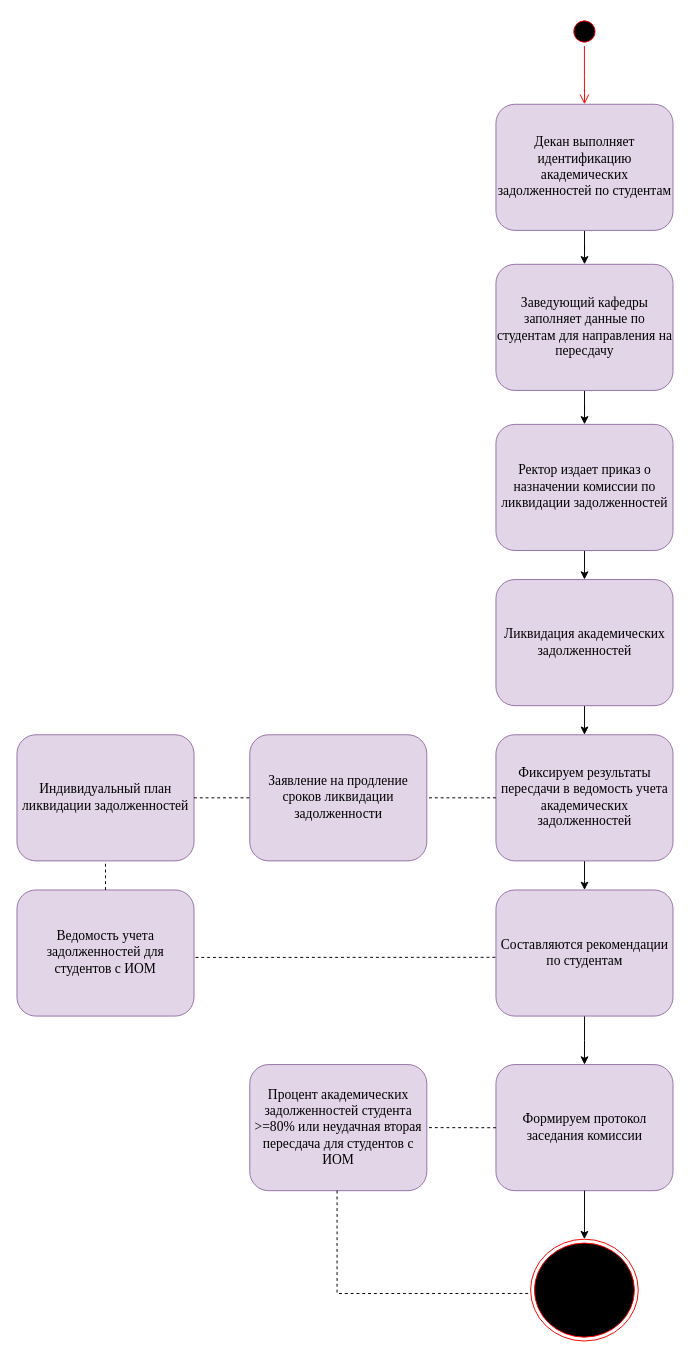
The draw.io diagram VKR/Диаграмма состояний (UML).drawio in DLordxxx/Practice, before the edit. Source tidied: cells renumbered, new cells numbered last; positions are measured from the earlier drawing's top-left corner, leaving out a move shared by most shapes. Both pictures are drawn from the tidied source at 97%, with x=0, y=0 at pixel (16, 16).
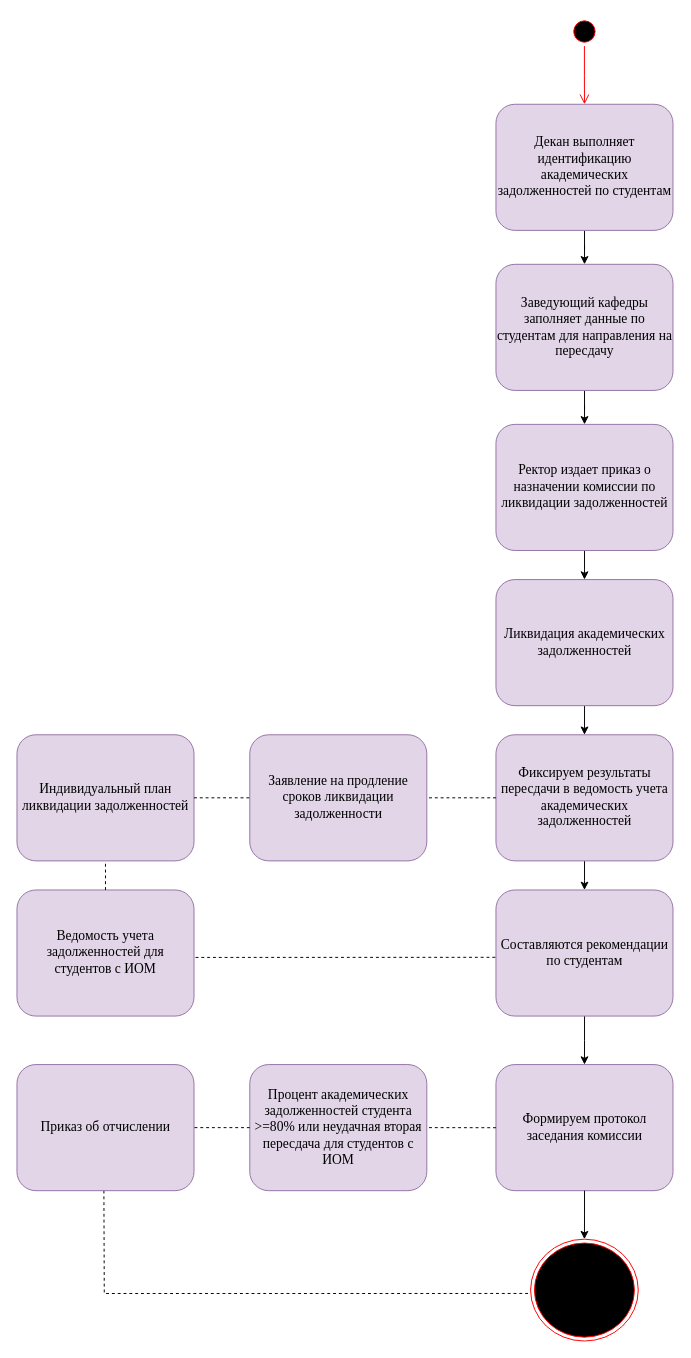
The same diagram, later.

The change refers to these unchanged cells:
```xml
<mxCell id="4" style="ellipse;html=1;shape=endState;fillColor=#000000;strokeColor=#ff0000;" parent="1" vertex="1">
  <mxGeometry x="529.5" y="1260" width="111" height="105" as="geometry" />
</mxCell>
<mxCell id="26" value="&lt;font face=&quot;Times New Roman&quot;&gt;&lt;span style=&quot;font-size: 14px;&quot;&gt;Процент академических задолженностей студента &amp;gt;=80% или неудачная вторая пересдача для студентов с ИОМ&lt;/span&gt;&lt;/font&gt;" style="rounded=1;whiteSpace=wrap;html=1;fillColor=#e1d5e7;strokeColor=#9673a6;" parent="1" vertex="1">
  <mxGeometry x="240" y="1080" width="182.5" height="130" as="geometry" />
</mxCell>
```

The edit, as a diff of the source:
```diff
@@
-    <mxCell id="28" style="endArrow=none;dashed=1;html=1;rounded=0;entryX=-0.006;entryY=0.533;entryDx=0;entryDy=0;entryPerimeter=0;" parent="1" edge="1" target="4">
+    <mxCell id="28" style="endArrow=none;dashed=1;html=1;rounded=0;entryX=-0.006;entryY=0.533;entryDx=0;entryDy=0;entryPerimeter=0;exitX=0.491;exitY=0.999;exitDx=0;exitDy=0;exitPerimeter=0;" parent="1" edge="1" source="29" target="4">
       <mxGeometry relative="1" as="geometry">
-        <mxPoint x="330" y="1210" as="sourcePoint" />
         <Array as="points">
+          <mxPoint x="90" y="1316" />
           <mxPoint x="330" y="1316" />
         </Array>
       </mxGeometry>
     </mxCell>
+    <mxCell id="29" value="&lt;font face=&quot;Times New Roman&quot;&gt;&lt;span style=&quot;font-size: 14px;&quot;&gt;Приказ об отчислении&lt;/span&gt;&lt;/font&gt;" style="rounded=1;whiteSpace=wrap;html=1;fillColor=#e1d5e7;strokeColor=#9673a6;" parent="1" vertex="1">
+      <mxGeometry y="1080" width="182.5" height="130" as="geometry" />
+    </mxCell>
+    <mxCell id="30" style="endArrow=none;dashed=1;html=1;rounded=0;entryX=1;entryY=0.5;entryDx=0;entryDy=0;exitX=0;exitY=0.5;exitDx=0;exitDy=0;" parent="1" edge="1" source="26" target="29">
+      <mxGeometry relative="1" as="geometry" />
+    </mxCell>
```
